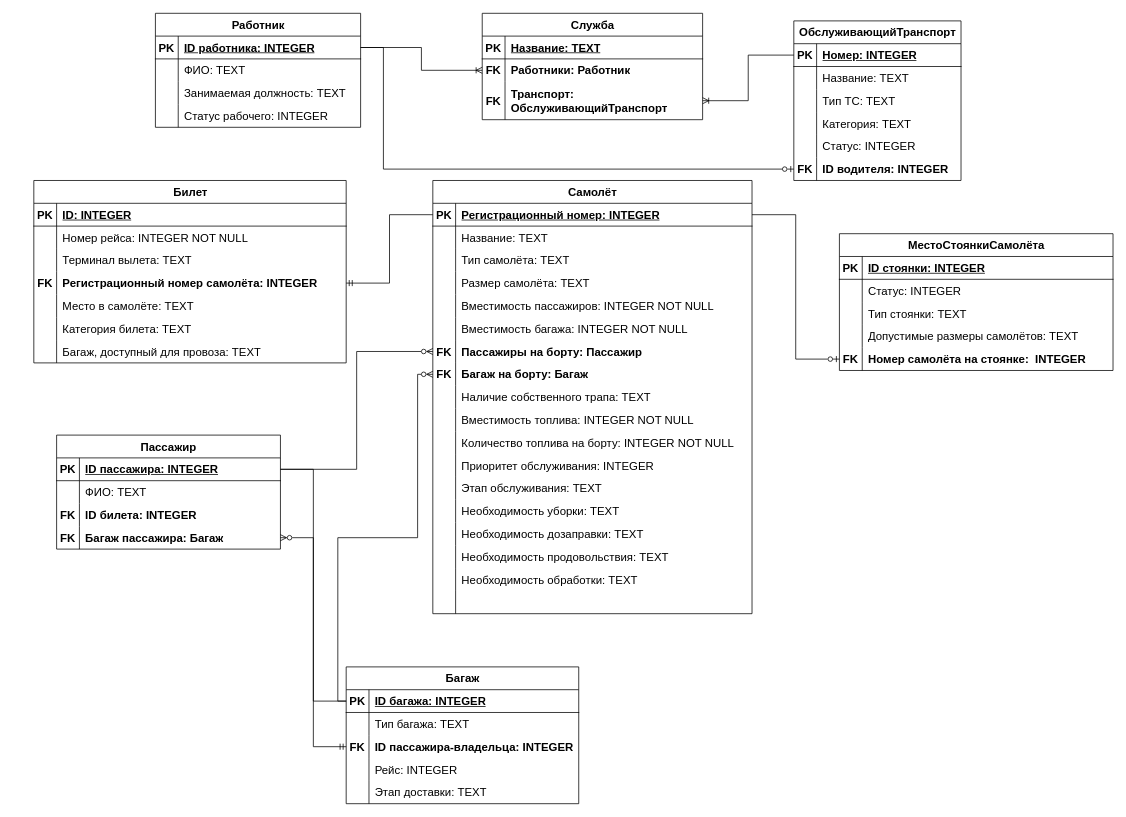
c4llery/DBMS keeps this draw.io diagram as Службы аэропорта/Службы аэропорта.drawio. Above is the earlier version. Source tidied: cells renumbered, new cells numbered last; positions are measured from the earlier drawing's top-left corner, leaving out a move shared by most shapes. Both pictures are drawn from the tidied source at 76%, with x=0, y=0 at pixel (33, 13).
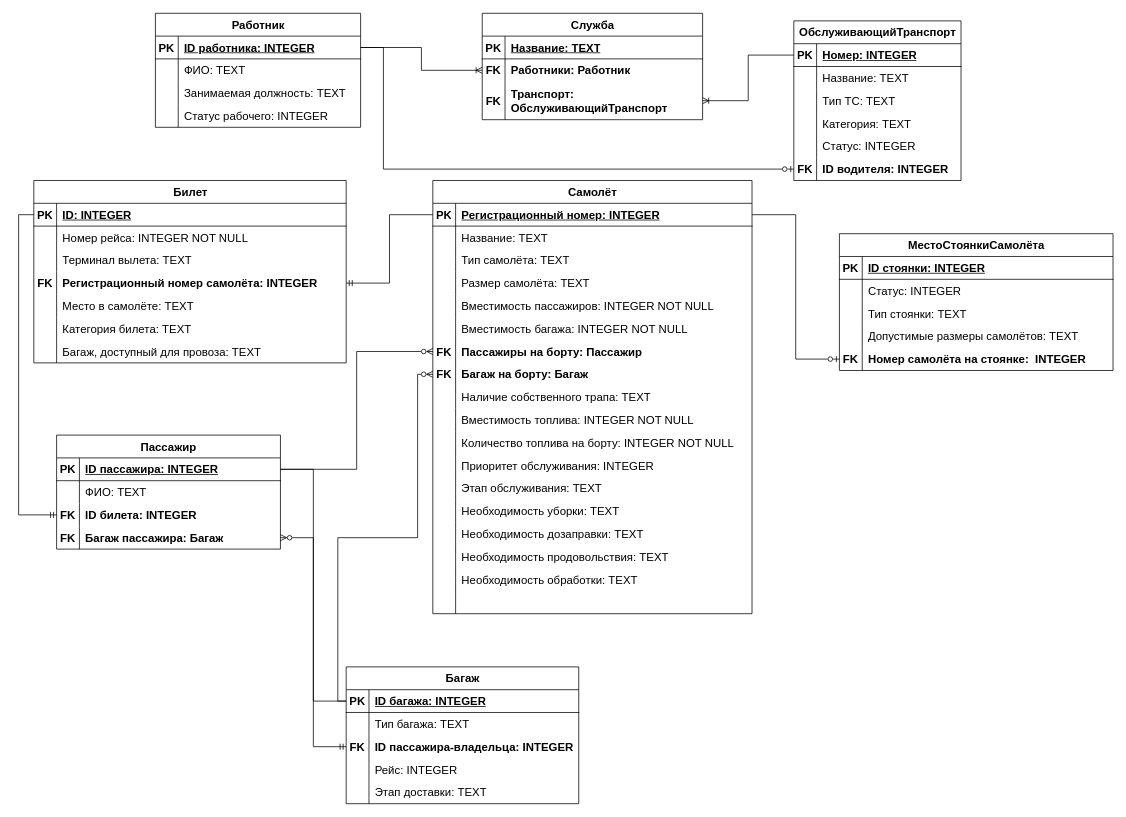
The same diagram, later.

The change refers to these unchanged cells:
```xml
<mxCell id="118" style="shape=tableRow;horizontal=0;startSize=0;swimlaneHead=0;swimlaneBody=0;fillColor=none;points=[[0,0.5],[1,0.5]];portConstraint=eastwest;top=0;left=0;right=0;bottom=1;fontSize=15;" parent="117" vertex="1">
  <mxGeometry y="30" width="411" height="30" as="geometry" />
</mxCell>
<mxCell id="149" style="shape=tableRow;horizontal=0;startSize=0;swimlaneHead=0;swimlaneBody=0;fillColor=none;points=[[0,0.5],[1,0.5]];portConstraint=eastwest;top=0;left=0;right=0;bottom=0;fontSize=15;" parent="142" vertex="1">
  <mxGeometry y="90" width="294.5" height="30" as="geometry" />
</mxCell>
```

Change to the diagram source:
```diff
@@
+    <mxCell id="175" style="edgeStyle=orthogonalEdgeStyle;rounded=0;jettySize=auto;html=1;entryX=0;entryY=0.5;entryDx=0;entryDy=0;endArrow=ERmandOne;endFill=0;" parent="1" edge="1" source="118" target="149">
+      <mxGeometry relative="1" as="geometry" />
+    </mxCell>
```
